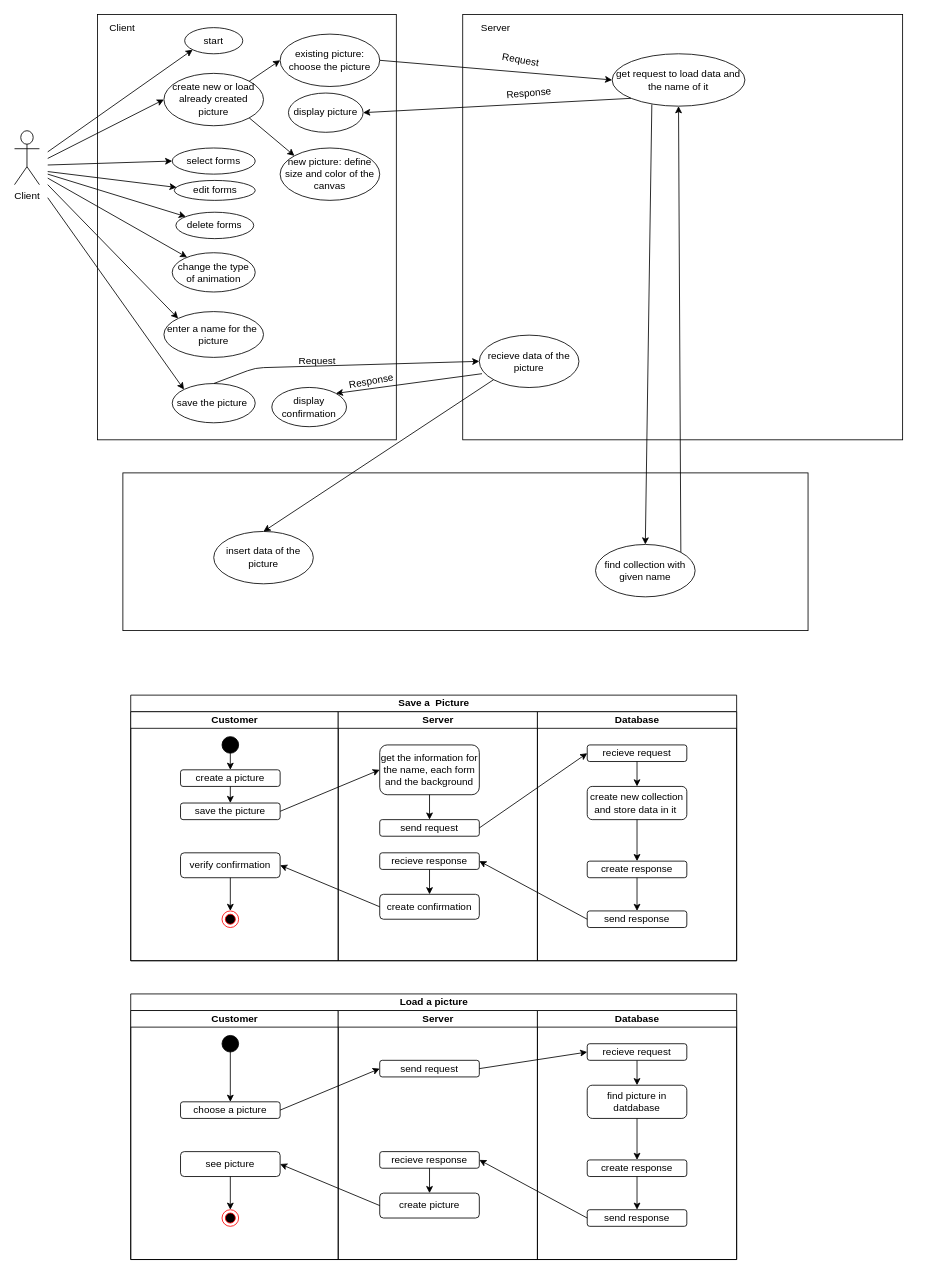
Above: page "UseCaseDiagram" (1 of 6) of Endabgabe/Konzeption/Konzeption.drawio in KohlerAl/EIA2 (draw.io), before the change. Source tidied: cells renumbered, new cells numbered last; positions are measured from the earlier drawing's top-left corner, leaving out a move shared by most shapes. Both pictures are drawn from the tidied source at 83%, with x=0, y=0 at pixel (14, 14).
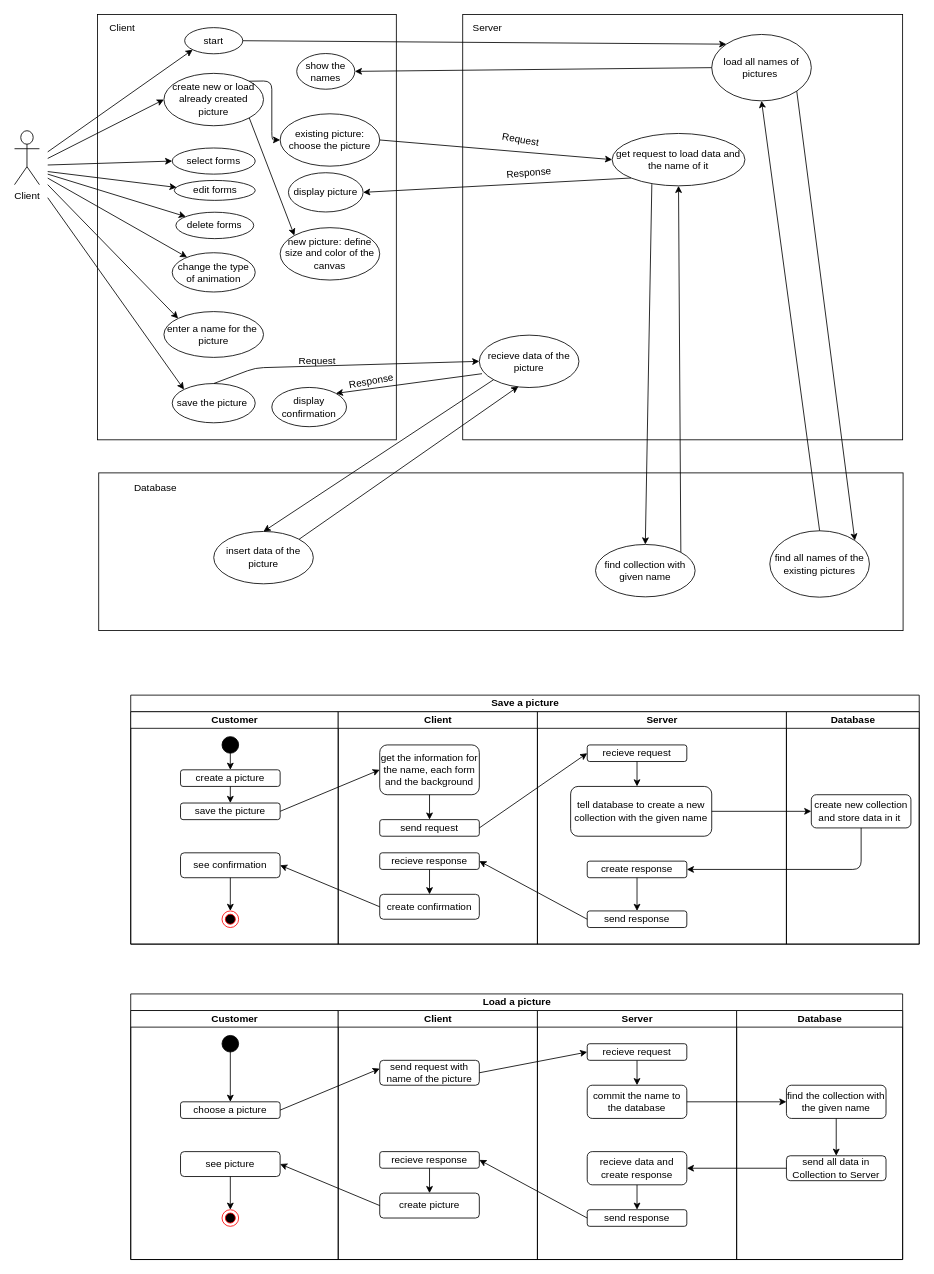
The same diagram, later.

The change refers to these unchanged cells:
```xml
<mxCell id="5" value="start" style="ellipse;whiteSpace=wrap;html=1;" parent="1" vertex="1">
  <mxGeometry x="205" y="15.8" width="70" height="31.5" as="geometry" />
</mxCell>
<mxCell id="11" value="create new or load already created picture" style="ellipse;whiteSpace=wrap;html=1;" parent="1" vertex="1">
  <mxGeometry x="180" y="70.9" width="120" height="63.1" as="geometry" />
</mxCell>
<mxCell id="17" value="recieve data of the picture" style="ellipse;whiteSpace=wrap;html=1;" parent="1" vertex="1">
  <mxGeometry x="560" y="386.3" width="120" height="63.1" as="geometry" />
</mxCell>
<mxCell id="18" value="insert data of the picture" style="ellipse;whiteSpace=wrap;html=1;" parent="1" vertex="1">
  <mxGeometry x="240" y="622.8" width="120" height="63.1" as="geometry" />
</mxCell>
<mxCell id="64" value="create response" style="rounded=1;whiteSpace=wrap;html=1;fillColor=#FFFFFF;" parent="60" vertex="1">
  <mxGeometry x="60" y="180" width="120" height="20" as="geometry" />
</mxCell>
<mxCell id="89" value="send response" style="rounded=1;whiteSpace=wrap;html=1;fillColor=#FFFFFF;" parent="86" vertex="1">
  <mxGeometry x="60" y="240" width="120" height="20" as="geometry" />
</mxCell>
```

Diff of the diagram source:
```diff
@@
     <mxCell id="12" value="new picture: define size and color of the canvas" style="ellipse;whiteSpace=wrap;html=1;" parent="1" vertex="1">
-      <mxGeometry x="320" y="160.8" width="120" height="63.1" as="geometry" />
+      <mxGeometry x="320" y="256.8" width="120" height="63.1" as="geometry" />
     </mxCell>
@@
     <mxCell id="14" style="rounded=0;whiteSpace=wrap;html=1;rotation=90;" parent="1" vertex="1">
-      <mxGeometry x="448.3" y="234.5" width="190" height="825.5" as="geometry" />
+      <mxGeometry x="491" y="162.7" width="190" height="969.1" as="geometry" />
     </mxCell>
     <mxCell id="15" value="Server" style="text;html=1;strokeColor=none;fillColor=none;align=center;verticalAlign=middle;whiteSpace=wrap;rounded=0;" parent="1" vertex="1">
-      <mxGeometry x="560" y="7.9" width="40" height="15.8" as="geometry" />
+      <mxGeometry x="550" y="7.9" width="40" height="15.8" as="geometry" />
     </mxCell>
     <mxCell id="16" value="existing picture: choose the picture" style="ellipse;whiteSpace=wrap;html=1;" parent="1" vertex="1">
-      <mxGeometry x="320" y="23.6" width="120" height="63.1" as="geometry" />
+      <mxGeometry x="320" y="119.6" width="120" height="63.1" as="geometry" />
     </mxCell>
@@
     <mxCell id="26" style="endArrow=classic;html=1;exitX=1;exitY=0;exitDx=0;exitDy=0;entryX=0;entryY=0.5;entryDx=0;entryDy=0;" parent="1" edge="1" source="11" target="16">
-      <mxGeometry relative="1" as="geometry" />
+      <mxGeometry relative="1" as="geometry">
+        <Array as="points">
+          <mxPoint x="310" y="80" />
+          <mxPoint x="310" y="151" />
+        </Array>
+      </mxGeometry>
     </mxCell>
@@
     <mxCell id="34" value="get request to load data and the name of it" style="ellipse;whiteSpace=wrap;html=1;" parent="1" vertex="1">
-      <mxGeometry x="720" y="47.3" width="160" height="63.1" as="geometry" />
+      <mxGeometry x="720" y="143.3" width="160" height="63.1" as="geometry" />
     </mxCell>
@@
     <mxCell id="36" value="display picture" style="ellipse;whiteSpace=wrap;html=1;" parent="1" vertex="1">
-      <mxGeometry x="330" y="94.6" width="90" height="47.3" as="geometry" />
+      <mxGeometry x="330" y="190.6" width="90" height="47.3" as="geometry" />
     </mxCell>
@@
     <mxCell id="41" value="Response" style="text;html=1;strokeColor=none;fillColor=none;align=center;verticalAlign=middle;whiteSpace=wrap;rounded=0;rotation=-5;" parent="1" vertex="1">
-      <mxGeometry x="600" y="86.7" width="40" height="15.8" as="geometry" />
+      <mxGeometry x="600" y="182.7" width="40" height="15.8" as="geometry" />
     </mxCell>
     <mxCell id="42" value="Request" style="text;html=1;strokeColor=none;fillColor=none;align=center;verticalAlign=middle;whiteSpace=wrap;rounded=0;rotation=10;" parent="1" vertex="1">
-      <mxGeometry x="590" y="47.3" width="40" height="15.8" as="geometry" />
+      <mxGeometry x="590" y="143.3" width="40" height="15.8" as="geometry" />
     </mxCell>
-    <mxCell id="43" value="Save a&amp;nbsp; Picture" style="swimlane;html=1;startSize=20;" parent="1" vertex="1">
-      <mxGeometry x="140" y="820" width="730" height="320" as="geometry" />
+    <mxCell id="43" value="Save a picture" style="swimlane;html=1;startSize=20;" parent="1" vertex="1">
+      <mxGeometry x="140" y="820" width="950" height="300" as="geometry" />
     </mxCell>
     <mxCell id="44" value="Customer" style="swimlane;html=1;startSize=20;" parent="43" vertex="1">
-      <mxGeometry y="20" width="250" height="300" as="geometry" />
+      <mxGeometry y="20" width="250" height="280" as="geometry" />
     </mxCell>
@@
-    <mxCell id="48" value="verify confirmation" style="rounded=1;whiteSpace=wrap;html=1;fillColor=#FFFFFF;" parent="44" vertex="1">
+    <mxCell id="48" value="see confirmation" style="rounded=1;whiteSpace=wrap;html=1;fillColor=#FFFFFF;" parent="44" vertex="1">
       <mxGeometry x="60" y="170" width="120" height="30" as="geometry" />
     </mxCell>
@@
-    <mxCell id="53" value="Server" style="swimlane;html=1;startSize=20;" parent="43" vertex="1">
-      <mxGeometry x="250" y="20" width="240" height="300" as="geometry" />
+    <mxCell id="53" value="Client" style="swimlane;html=1;startSize=20;" parent="43" vertex="1">
+      <mxGeometry x="250" y="20" width="240" height="280" as="geometry" />
     </mxCell>
@@
-    <mxCell id="60" value="Database" style="swimlane;html=1;startSize=20;" parent="43" vertex="1">
-      <mxGeometry x="490" y="20" width="240" height="300" as="geometry" />
+    <mxCell id="60" value="Server" style="swimlane;html=1;startSize=20;" parent="43" vertex="1">
+      <mxGeometry x="490" y="20" width="300" height="280" as="geometry" />
     </mxCell>
@@
-    <mxCell id="62" value="create new collection and store data in it&amp;nbsp;" style="rounded=1;whiteSpace=wrap;html=1;fillColor=#FFFFFF;" parent="60" vertex="1">
-      <mxGeometry x="60" y="90" width="120" height="40" as="geometry" />
-    </mxCell>
@@
-    <mxCell id="65" style="endArrow=classic;html=1;exitX=0.5;exitY=1;exitDx=0;exitDy=0;entryX=0.5;entryY=0;entryDx=0;entryDy=0;" parent="60" edge="1" source="62" target="64">
-      <mxGeometry relative="1" as="geometry" />
-    </mxCell>
@@
+    <mxCell id="99" value="tell database to create a new collection with the given name" style="rounded=1;whiteSpace=wrap;html=1;" parent="60" vertex="1">
+      <mxGeometry x="40" y="90" width="170" height="60" as="geometry" />
+    </mxCell>
@@
+    <mxCell id="100" value="Database" style="swimlane;html=1;startSize=20;" parent="43" vertex="1">
+      <mxGeometry x="790" y="20" width="160" height="280" as="geometry" />
+    </mxCell>
+    <mxCell id="62" value="create new collection and store data in it&amp;nbsp;" style="rounded=1;whiteSpace=wrap;html=1;fillColor=#FFFFFF;" parent="100" vertex="1">
+      <mxGeometry x="30" y="100" width="120" height="40" as="geometry" />
+    </mxCell>
+    <mxCell id="65" style="endArrow=classic;html=1;exitX=1;exitY=0.5;exitDx=0;exitDy=0;entryX=0;entryY=0.5;entryDx=0;entryDy=0;" parent="43" edge="1" source="99" target="62">
+      <mxGeometry relative="1" as="geometry" />
+    </mxCell>
+    <mxCell id="101" style="endArrow=classic;html=1;exitX=0.5;exitY=1;exitDx=0;exitDy=0;entryX=1;entryY=0.5;entryDx=0;entryDy=0;" parent="43" edge="1" source="62" target="64">
+      <mxGeometry relative="1" as="geometry">
+        <Array as="points">
+          <mxPoint x="880" y="210" />
+        </Array>
+      </mxGeometry>
+    </mxCell>
@@
     <mxCell id="73" value="Load a picture" style="swimlane;html=1;startSize=20;" parent="1" vertex="1">
-      <mxGeometry x="140" y="1180" width="730" height="320" as="geometry" />
+      <mxGeometry x="140" y="1180" width="930" height="320" as="geometry" />
     </mxCell>
@@
-    <mxCell id="81" value="Server" style="swimlane;html=1;startSize=20;" parent="73" vertex="1">
+    <mxCell id="81" value="Client" style="swimlane;html=1;startSize=20;" parent="73" vertex="1">
       <mxGeometry x="250" y="20" width="240" height="300" as="geometry" />
     </mxCell>
@@
-    <mxCell id="85" value="send request" style="rounded=1;whiteSpace=wrap;html=1;fillColor=#FFFFFF;" parent="81" vertex="1">
-      <mxGeometry x="50" y="60" width="120" height="20" as="geometry" />
+    <mxCell id="85" value="send request with name of the picture" style="rounded=1;whiteSpace=wrap;html=1;fillColor=#FFFFFF;" parent="81" vertex="1">
+      <mxGeometry x="50" y="60" width="120" height="30" as="geometry" />
     </mxCell>
-    <mxCell id="86" value="Database" style="swimlane;html=1;startSize=20;" parent="73" vertex="1">
+    <mxCell id="86" value="Server" style="swimlane;html=1;startSize=20;" parent="73" vertex="1">
       <mxGeometry x="490" y="20" width="240" height="300" as="geometry" />
     </mxCell>
@@
-    <mxCell id="88" value="find picture in datdabase" style="rounded=1;whiteSpace=wrap;html=1;fillColor=#FFFFFF;" parent="86" vertex="1">
+    <mxCell id="88" value="commit the name to the database" style="rounded=1;whiteSpace=wrap;html=1;fillColor=#FFFFFF;" parent="86" vertex="1">
       <mxGeometry x="60" y="90" width="120" height="40" as="geometry" />
     </mxCell>
@@
+    <mxCell id="92" style="endArrow=classic;html=1;exitX=0.5;exitY=1;exitDx=0;exitDy=0;entryX=0.5;entryY=0;entryDx=0;entryDy=0;" parent="86" edge="1" source="90" target="89">
+      <mxGeometry relative="1" as="geometry" />
+    </mxCell>
-    <mxCell id="90" value="create response" style="rounded=1;whiteSpace=wrap;html=1;fillColor=#FFFFFF;" parent="86" vertex="1">
-      <mxGeometry x="60" y="180" width="120" height="20" as="geometry" />
+    <mxCell id="90" value="recieve data and create response" style="rounded=1;whiteSpace=wrap;html=1;fillColor=#FFFFFF;" parent="86" vertex="1">
+      <mxGeometry x="60" y="170" width="120" height="40" as="geometry" />
     </mxCell>
-    <mxCell id="91" style="endArrow=classic;html=1;exitX=0.5;exitY=1;exitDx=0;exitDy=0;entryX=0.5;entryY=0;entryDx=0;entryDy=0;" parent="86" edge="1" source="88" target="90">
-      <mxGeometry relative="1" as="geometry" />
-    </mxCell>
-    <mxCell id="92" style="endArrow=classic;html=1;exitX=0.5;exitY=1;exitDx=0;exitDy=0;entryX=0.5;entryY=0;entryDx=0;entryDy=0;" parent="86" edge="1" source="90" target="89">
-      <mxGeometry relative="1" as="geometry" />
-    </mxCell>
@@
+    <mxCell id="102" value="Database" style="swimlane;html=1;startSize=20;" parent="73" vertex="1">
+      <mxGeometry x="730" y="20" width="200" height="300" as="geometry" />
+    </mxCell>
+    <mxCell id="103" value="send all data in Collection to Server" style="rounded=1;whiteSpace=wrap;html=1;fillColor=#FFFFFF;" parent="102" vertex="1">
+      <mxGeometry x="60" y="175" width="120" height="30" as="geometry" />
+    </mxCell>
+    <mxCell id="104" value="find the collection with the given name" style="rounded=1;whiteSpace=wrap;html=1;fillColor=#FFFFFF;" parent="102" vertex="1">
+      <mxGeometry x="60" y="90" width="120" height="40" as="geometry" />
+    </mxCell>
+    <mxCell id="105" style="endArrow=classic;html=1;exitX=0.5;exitY=1;exitDx=0;exitDy=0;entryX=0.5;entryY=0;entryDx=0;entryDy=0;" parent="102" edge="1" source="104" target="103">
+      <mxGeometry relative="1" as="geometry" />
+    </mxCell>
+    <mxCell id="91" style="endArrow=classic;html=1;exitX=1;exitY=0.5;exitDx=0;exitDy=0;entryX=0;entryY=0.5;entryDx=0;entryDy=0;" parent="73" edge="1" source="88" target="104">
+      <mxGeometry relative="1" as="geometry" />
+    </mxCell>
+    <mxCell id="106" style="endArrow=classic;html=1;exitX=0;exitY=0.5;exitDx=0;exitDy=0;entryX=1;entryY=0.5;entryDx=0;entryDy=0;" parent="73" edge="1" source="103" target="90">
+      <mxGeometry relative="1" as="geometry" />
+    </mxCell>
@@
+    <mxCell id="107" value="Database" style="text;html=1;strokeColor=none;fillColor=none;align=center;verticalAlign=middle;whiteSpace=wrap;rounded=0;" parent="1" vertex="1">
+      <mxGeometry x="150" y="560" width="40" height="20" as="geometry" />
+    </mxCell>
+    <mxCell id="108" style="endArrow=classic;html=1;entryX=0.392;entryY=0.979;entryDx=0;entryDy=0;entryPerimeter=0;exitX=1;exitY=0;exitDx=0;exitDy=0;" parent="1" edge="1" source="18" target="17">
+      <mxGeometry relative="1" as="geometry" />
+    </mxCell>
+    <mxCell id="109" value="load all names of pictures&amp;nbsp;" style="ellipse;whiteSpace=wrap;html=1;" parent="1" vertex="1">
+      <mxGeometry x="840" y="24" width="120" height="80" as="geometry" />
+    </mxCell>
+    <mxCell id="110" style="endArrow=classic;html=1;exitX=1;exitY=0.5;exitDx=0;exitDy=0;entryX=0;entryY=0;entryDx=0;entryDy=0;" parent="1" edge="1" source="5" target="109">
+      <mxGeometry relative="1" as="geometry" />
+    </mxCell>
+    <mxCell id="111" value="find all names of the existing pictures" style="ellipse;whiteSpace=wrap;html=1;" parent="1" vertex="1">
+      <mxGeometry x="910" y="622" width="120" height="80" as="geometry" />
+    </mxCell>
+    <mxCell id="112" style="endArrow=classic;html=1;entryX=1;entryY=0;entryDx=0;entryDy=0;exitX=1;exitY=1;exitDx=0;exitDy=0;" parent="1" edge="1" source="109" target="111">
+      <mxGeometry relative="1" as="geometry" />
+    </mxCell>
+    <mxCell id="113" style="endArrow=classic;html=1;exitX=0.5;exitY=0;exitDx=0;exitDy=0;entryX=0.5;entryY=1;entryDx=0;entryDy=0;" parent="1" edge="1" source="111" target="109">
+      <mxGeometry relative="1" as="geometry" />
+    </mxCell>
+    <mxCell id="114" style="endArrow=classic;html=1;exitX=0;exitY=0.5;exitDx=0;exitDy=0;entryX=1;entryY=0.5;entryDx=0;entryDy=0;" parent="1" edge="1" source="109" target="115">
+      <mxGeometry relative="1" as="geometry" />
+    </mxCell>
+    <mxCell id="115" value="show the names" style="ellipse;whiteSpace=wrap;html=1;" parent="1" vertex="1">
+      <mxGeometry x="340" y="47" width="70" height="43" as="geometry" />
+    </mxCell>
```
